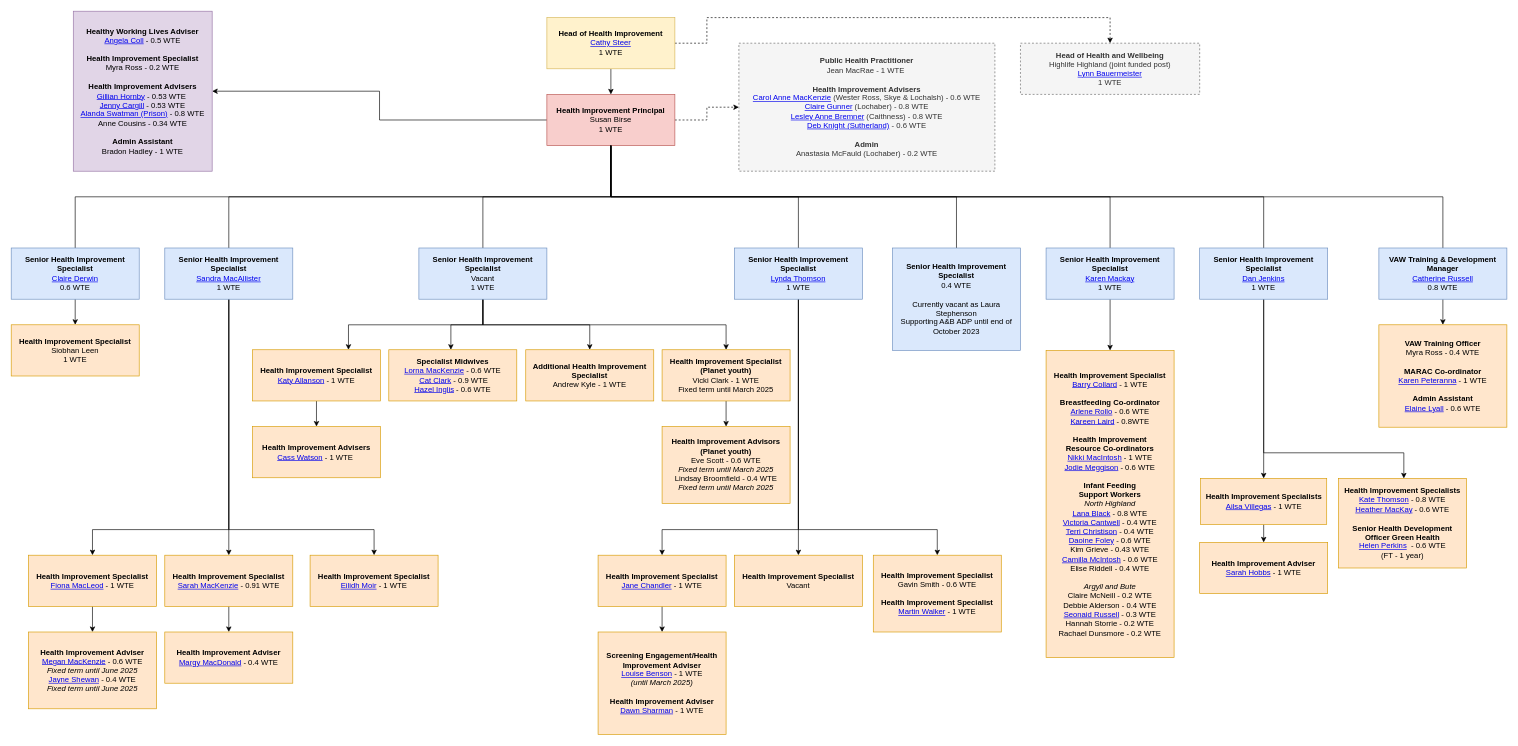
Earlier version of the draw.io diagram Untitled Diagram.drawio (barrycollard/staffOrgChart). Source tidied: cells renumbered, new cells numbered last; positions are measured from the earlier drawing's top-left corner, leaving out a move shared by most shapes. Both pictures are drawn from the tidied source at 64%, with x=0, y=0 at pixel (11, 11).
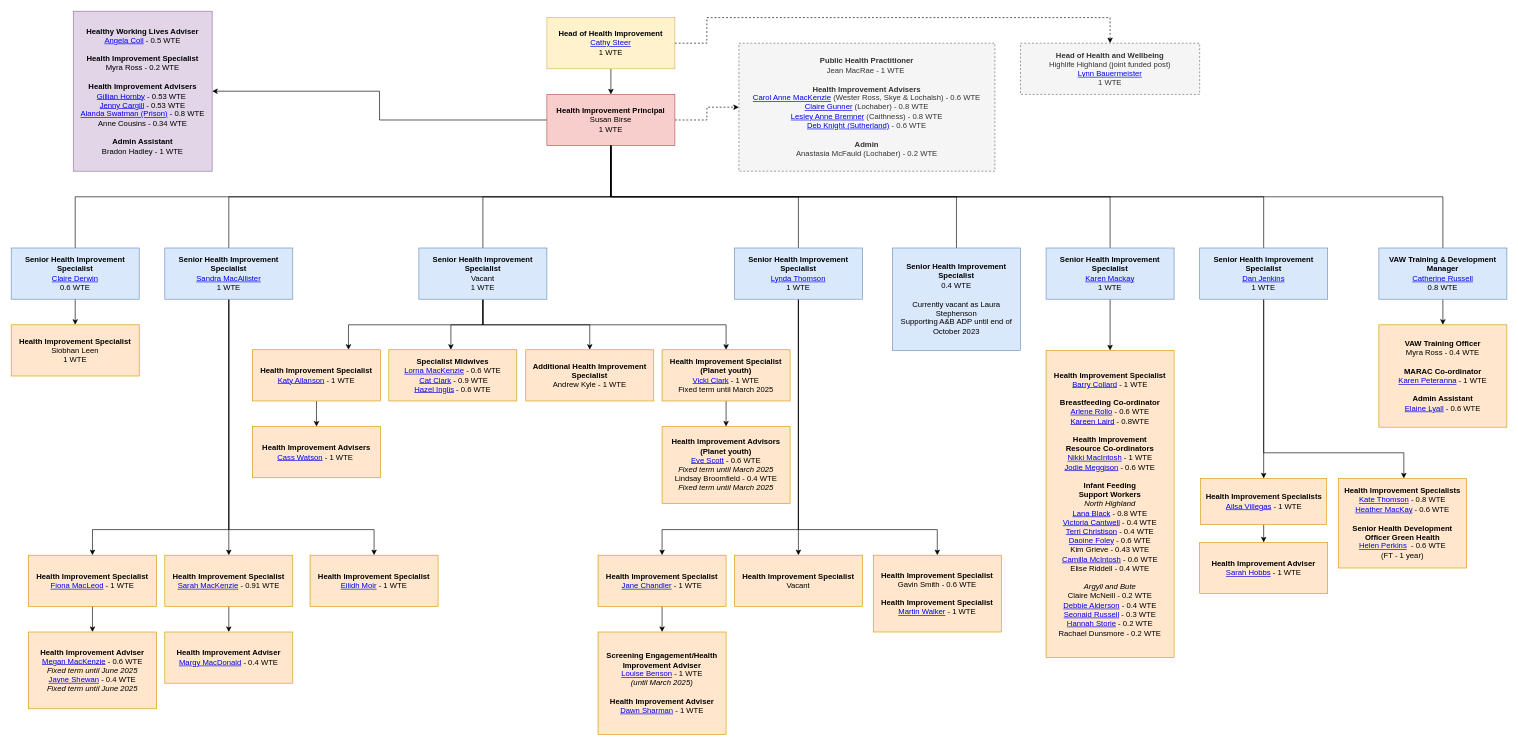
After the change.

Change to the diagram source:
```diff
@@
-    <mxCell id="40" value="&lt;div&gt;&lt;b&gt;Health Improvement Specialist&lt;/b&gt;&lt;/div&gt;&lt;div&gt;&lt;a href=&quot;https://nhshighland.publichealth.scot.nhs.uk/staff/barry-collard/&quot;&gt;Barry Collard&lt;/a&gt; - 1 WTE&lt;/div&gt;&lt;div&gt;&lt;b&gt;&lt;br&gt;&lt;/b&gt;&lt;/div&gt;&lt;div&gt;&lt;b&gt;Breastfeeding Co-ordinator&lt;/b&gt;&lt;/div&gt;&lt;div&gt;&lt;a href=&quot;https://nhshighland.publichealth.scot.nhs.uk/staff/arlene-rollo/&quot;&gt;Arlene Rollo&lt;/a&gt; - 0.6 WTE&lt;/div&gt;&lt;div&gt;&lt;div&gt;&lt;a href=&quot;https://nhshighland.publichealth.scot.nhs.uk/staff/kareen-laird/&quot;&gt;Kareen Laird&lt;/a&gt; - 0.8WTE&lt;/div&gt;&lt;div&gt;&lt;br&gt;&lt;/div&gt;&lt;/div&gt;&lt;b&gt;Health Improvement &lt;br&gt;Resource Co-ordinators&lt;/b&gt;&lt;br&gt;&lt;div&gt;&lt;a href=&quot;https://nhshighland.publichealth.scot.nhs.uk/staff/nicola-mcintosh-2/&quot;&gt;Nikki MacIntosh&lt;/a&gt; - 1 WTE&lt;/div&gt;&lt;div&gt;&lt;a href=&quot;https://nhshighland.publichealth.scot.nhs.uk/staff/jodie-meggison/&quot;&gt;Jodie Meggison&lt;/a&gt; - 0.6 WTE&lt;/div&gt;&lt;div&gt;&lt;b&gt;&lt;br&gt;&lt;/b&gt;&lt;/div&gt;&lt;div&gt;&lt;b&gt;Infant Feeding&lt;br&gt;Support Workers&lt;/b&gt;&lt;/div&gt;&lt;div&gt;&lt;div style=&quot;&quot;&gt;&lt;i&gt;North Highland&lt;/i&gt;&lt;/div&gt;&lt;div style=&quot;&quot;&gt;&lt;a href=&quot;https://nhshighland.publichealth.scot.nhs.uk/staff/lana-black/&quot;&gt;Lana Black&lt;/a&gt; - 0.8 WTE&lt;/div&gt;&lt;div style=&quot;&quot;&gt;&lt;a href=&quot;https://nhshighland.publichealth.scot.nhs.uk/staff/victoria-cantwell/&quot;&gt;Victoria Cantwell&lt;/a&gt; - 0.4 WTE&lt;/div&gt;&lt;div style=&quot;&quot;&gt;&lt;a href=&quot;https://nhshighland.publichealth.scot.nhs.uk/staff/terri-christison/&quot;&gt;Terri Christison&lt;/a&gt; - 0.4 WTE&lt;/div&gt;&lt;div style=&quot;&quot;&gt;&lt;a href=&quot;https://nhshighland.publichealth.scot.nhs.uk/staff/daoine-foley/&quot;&gt;Daoine Foley&lt;/a&gt; - 0.6 WTE&lt;/div&gt;&lt;div style=&quot;&quot;&gt;Kim Grieve - 0.43 WTE&lt;/div&gt;&lt;div style=&quot;&quot;&gt;&lt;a href=&quot;https://nhshighland.publichealth.scot.nhs.uk/staff/camilla-mcintosh/&quot;&gt;Camilla McIntosh&lt;/a&gt; - 0.6 WTE&lt;/div&gt;&lt;div style=&quot;&quot;&gt;Elise Riddell - 0.4 WTE&lt;/div&gt;&lt;div style=&quot;&quot;&gt;&lt;br&gt;&lt;/div&gt;&lt;div style=&quot;&quot;&gt;&lt;i&gt;Argyll and Bute&lt;/i&gt;&lt;/div&gt;&lt;div style=&quot;&quot;&gt;Claire&amp;nbsp;McNeill&amp;nbsp;- 0.2 WTE&lt;/div&gt;&lt;div style=&quot;&quot;&gt;Debbie Alderson - 0.4 WTE&lt;/div&gt;&lt;div style=&quot;&quot;&gt;&lt;a href=&quot;https://nhshighland.publichealth.scot.nhs.uk/staff/seonaid-russell/&quot;&gt;Seonaid Russell&lt;/a&gt; - 0.3 WTE&lt;/div&gt;&lt;div style=&quot;&quot;&gt;Hannah Storrie - 0.2 WTE&lt;/div&gt;&lt;/div&gt;&lt;div style=&quot;&quot;&gt;Rachael Dunsmore - 0.2 WTE&lt;br&gt;&lt;/div&gt;" style="rounded=0;whiteSpace=wrap;html=1;fillColor=#ffe6cc;strokeColor=#d79b00;" parent="1" vertex="1">
+    <mxCell id="40" value="&lt;div&gt;&lt;b&gt;Health Improvement Specialist&lt;/b&gt;&lt;/div&gt;&lt;div&gt;&lt;a href=&quot;https://nhshighland.publichealth.scot.nhs.uk/staff/barry-collard/&quot;&gt;Barry Collard&lt;/a&gt; - 1 WTE&lt;/div&gt;&lt;div&gt;&lt;b&gt;&lt;br&gt;&lt;/b&gt;&lt;/div&gt;&lt;div&gt;&lt;b&gt;Breastfeeding Co-ordinator&lt;/b&gt;&lt;/div&gt;&lt;div&gt;&lt;a href=&quot;https://nhshighland.publichealth.scot.nhs.uk/staff/arlene-rollo/&quot;&gt;Arlene Rollo&lt;/a&gt; - 0.6 WTE&lt;/div&gt;&lt;div&gt;&lt;div&gt;&lt;a href=&quot;https://nhshighland.publichealth.scot.nhs.uk/staff/kareen-laird/&quot;&gt;Kareen Laird&lt;/a&gt; - 0.8WTE&lt;/div&gt;&lt;div&gt;&lt;br&gt;&lt;/div&gt;&lt;/div&gt;&lt;b&gt;Health Improvement &lt;br&gt;Resource Co-ordinators&lt;/b&gt;&lt;br&gt;&lt;div&gt;&lt;a href=&quot;https://nhshighland.publichealth.scot.nhs.uk/staff/nicola-mcintosh-2/&quot;&gt;Nikki MacIntosh&lt;/a&gt; - 1 WTE&lt;/div&gt;&lt;div&gt;&lt;a href=&quot;https://nhshighland.publichealth.scot.nhs.uk/staff/jodie-meggison/&quot;&gt;Jodie Meggison&lt;/a&gt; - 0.6 WTE&lt;/div&gt;&lt;div&gt;&lt;b&gt;&lt;br&gt;&lt;/b&gt;&lt;/div&gt;&lt;div&gt;&lt;b&gt;Infant Feeding&lt;br&gt;Support Workers&lt;/b&gt;&lt;/div&gt;&lt;div&gt;&lt;div style=&quot;&quot;&gt;&lt;i&gt;North Highland&lt;/i&gt;&lt;/div&gt;&lt;div style=&quot;&quot;&gt;&lt;a href=&quot;https://nhshighland.publichealth.scot.nhs.uk/staff/lana-black/&quot;&gt;Lana Black&lt;/a&gt; - 0.8 WTE&lt;/div&gt;&lt;div style=&quot;&quot;&gt;&lt;a href=&quot;https://nhshighland.publichealth.scot.nhs.uk/staff/victoria-cantwell/&quot;&gt;Victoria Cantwell&lt;/a&gt; - 0.4 WTE&lt;/div&gt;&lt;div style=&quot;&quot;&gt;&lt;a href=&quot;https://nhshighland.publichealth.scot.nhs.uk/staff/terri-christison/&quot;&gt;Terri Christison&lt;/a&gt; - 0.4 WTE&lt;/div&gt;&lt;div style=&quot;&quot;&gt;&lt;a href=&quot;https://nhshighland.publichealth.scot.nhs.uk/staff/daoine-foley/&quot;&gt;Daoine Foley&lt;/a&gt; - 0.6 WTE&lt;/div&gt;&lt;div style=&quot;&quot;&gt;Kim Grieve - 0.43 WTE&lt;/div&gt;&lt;div style=&quot;&quot;&gt;&lt;a href=&quot;https://nhshighland.publichealth.scot.nhs.uk/staff/camilla-mcintosh/&quot;&gt;Camilla McIntosh&lt;/a&gt; - 0.6 WTE&lt;/div&gt;&lt;div style=&quot;&quot;&gt;Elise Riddell - 0.4 WTE&lt;/div&gt;&lt;div style=&quot;&quot;&gt;&lt;br&gt;&lt;/div&gt;&lt;div style=&quot;&quot;&gt;&lt;i&gt;Argyll and Bute&lt;/i&gt;&lt;/div&gt;&lt;div style=&quot;&quot;&gt;Claire&amp;nbsp;McNeill&amp;nbsp;- 0.2 WTE&lt;/div&gt;&lt;div style=&quot;&quot;&gt;&lt;a href=&quot;https://nhshighland.publichealth.scot.nhs.uk/staff/debbie-alderson/&quot;&gt;Debbie Alderson&lt;/a&gt; - 0.4 WTE&lt;/div&gt;&lt;div style=&quot;&quot;&gt;&lt;a href=&quot;https://nhshighland.publichealth.scot.nhs.uk/staff/seonaid-russell/&quot;&gt;Seonaid Russell&lt;/a&gt; - 0.3 WTE&lt;/div&gt;&lt;div style=&quot;&quot;&gt;&lt;a href=&quot;https://nhshighland.publichealth.scot.nhs.uk/staff/hannah-storie/&quot;&gt;Hannah Storie&lt;/a&gt; - 0.2 WTE&lt;/div&gt;&lt;/div&gt;&lt;div style=&quot;&quot;&gt;Rachael Dunsmore - 0.2 WTE&lt;br&gt;&lt;/div&gt;" style="rounded=0;whiteSpace=wrap;html=1;fillColor=#ffe6cc;strokeColor=#d79b00;" parent="1" vertex="1">
       <mxGeometry x="1617" y="530" width="200" height="480" as="geometry" />
     </mxCell>
@@
-    <mxCell id="65" value="&lt;b&gt;Health Improvement Specialist&lt;br&gt;(Planet youth)&lt;br&gt;&lt;/b&gt;Vicki Clark - 1 WTE&lt;br&gt;Fixed term until March 2025&lt;b&gt;&lt;br&gt;&lt;/b&gt;" style="rounded=0;whiteSpace=wrap;html=1;fillColor=#ffe6cc;strokeColor=#d79b00;" parent="1" vertex="1">
+    <mxCell id="65" value="&lt;b&gt;Health Improvement Specialist&lt;br&gt;(Planet youth)&lt;br&gt;&lt;/b&gt;&lt;a href=&quot;https://nhshighland.publichealth.scot.nhs.uk/staff/vicki-clark/&quot;&gt;Vicki Clark&lt;/a&gt; - 1 WTE&lt;br&gt;Fixed term until March 2025&lt;b&gt;&lt;br&gt;&lt;/b&gt;" style="rounded=0;whiteSpace=wrap;html=1;fillColor=#ffe6cc;strokeColor=#d79b00;" parent="1" vertex="1">
       <mxGeometry x="1017" y="529" width="200" height="80" as="geometry" />
     </mxCell>
@@
-    <mxCell id="67" value="&lt;b&gt;Health Improvement Advisors&lt;br&gt;(Planet youth)&lt;br&gt;&lt;/b&gt;Eve Scott - 0.6 WTE&lt;br&gt;&lt;i&gt;Fixed term until March 2025&lt;br&gt;&lt;/i&gt;Lindsay Broomfield&amp;nbsp;- 0.4 WTE&lt;br style=&quot;border-color: var(--border-color);&quot;&gt;&lt;i&gt;Fixed term until March 2025&lt;/i&gt;&lt;b&gt;&lt;br&gt;&lt;/b&gt;" style="rounded=0;whiteSpace=wrap;html=1;fillColor=#ffe6cc;strokeColor=#d79b00;" parent="1" vertex="1">
+    <mxCell id="67" value="&lt;b&gt;Health Improvement Advisors&lt;br&gt;(Planet youth)&lt;br&gt;&lt;/b&gt;&lt;a href=&quot;https://nhshighland.publichealth.scot.nhs.uk/staff/eve-scott/&quot;&gt;Eve Scott&lt;/a&gt; - 0.6 WTE&lt;br&gt;&lt;i&gt;Fixed term until March 2025&lt;br&gt;&lt;/i&gt;Lindsay Broomfield&amp;nbsp;- 0.4 WTE&lt;br style=&quot;border-color: var(--border-color);&quot;&gt;&lt;i&gt;Fixed term until March 2025&lt;/i&gt;&lt;b&gt;&lt;br&gt;&lt;/b&gt;" style="rounded=0;whiteSpace=wrap;html=1;fillColor=#ffe6cc;strokeColor=#d79b00;" parent="1" vertex="1">
       <mxGeometry x="1017" y="649" width="200" height="120" as="geometry" />
     </mxCell>
```
